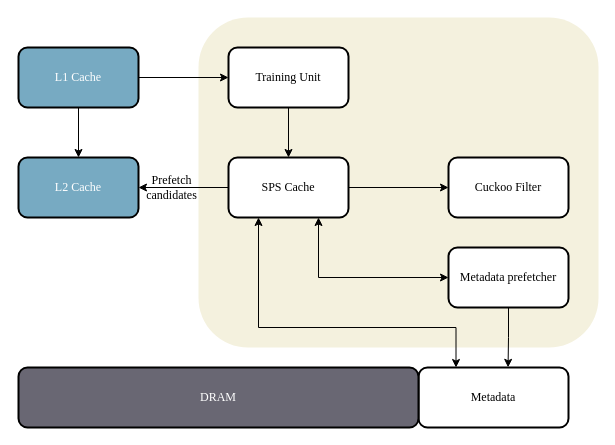
miaochenlu/Draw keeps this draw.io diagram as page "Prefetcher" (4 of 5) of paper Diagram.drawio. Above is the earlier version. Source tidied: cells renumbered, new cells numbered last; positions are measured from the earlier drawing's top-left corner, leaving out a move shared by most shapes. Both pictures are drawn from the tidied source at 100%, with x=0, y=0 at pixel (18, 17).
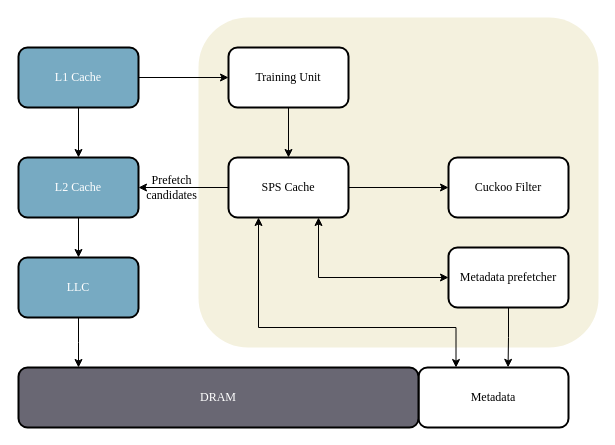
The same page after the edit.

The change refers to these unchanged cells:
```xml
<mxCell id="19" value="&lt;font color=&quot;#ffffff&quot;&gt;L2 Cache&lt;/font&gt;" style="rounded=1;whiteSpace=wrap;html=1;strokeWidth=2;fillColor=#77AAC2;fontFamily=Times New Roman;" parent="1" vertex="1">
  <mxGeometry y="140" width="120" height="60" as="geometry" />
</mxCell>
```

Diff of the diagram source:
```diff
@@
+    <mxCell id="20" style="edgeStyle=orthogonalEdgeStyle;rounded=0;jettySize=auto;html=1;strokeWidth=1;fontFamily=Times New Roman;fontColor=#000000;startArrow=none;startFill=0;endArrow=classic;endFill=1;" parent="1" edge="1" source="19" target="22">
+      <mxGeometry relative="1" as="geometry" />
+    </mxCell>
@@
+    <mxCell id="21" style="edgeStyle=orthogonalEdgeStyle;rounded=0;jettySize=auto;html=1;strokeWidth=1;fontFamily=Times New Roman;fontColor=#000000;startArrow=none;startFill=0;endArrow=classic;endFill=1;" parent="1" edge="1" source="22">
+      <mxGeometry relative="1" as="geometry">
+        <mxPoint x="60" y="350" as="targetPoint" />
+      </mxGeometry>
+    </mxCell>
+    <mxCell id="22" value="&lt;font color=&quot;#ffffff&quot;&gt;LLC&lt;/font&gt;" style="rounded=1;whiteSpace=wrap;html=1;strokeWidth=2;fillColor=#77AAC2;fontFamily=Times New Roman;" parent="1" vertex="1">
+      <mxGeometry y="240" width="120" height="60" as="geometry" />
+    </mxCell>
```
